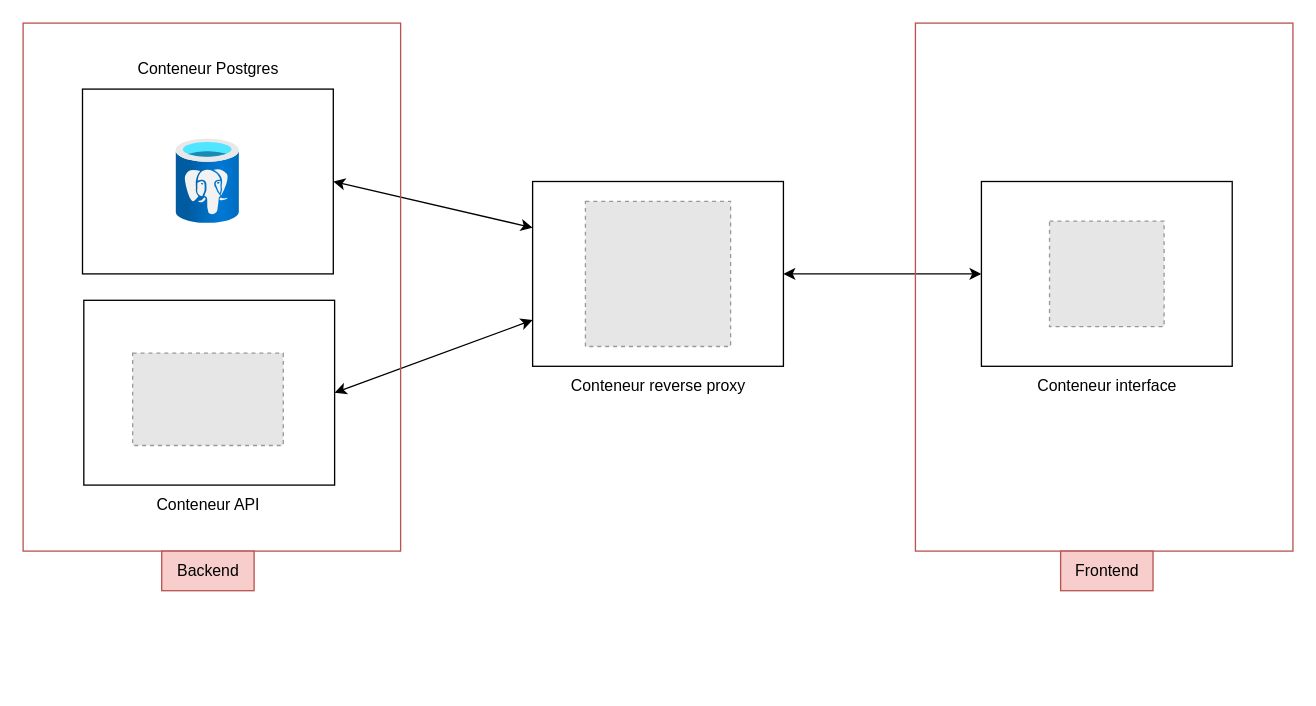
This is docs/infra.drawio from PDG-GR9-Gestion-Decheterie/Gestion-Decheterie-Infra, a draw.io file, before an edit. Source tidied: cells renumbered, new cells numbered last; positions are measured from the earlier drawing's top-left corner, leaving out a move shared by most shapes. Both pictures are drawn from the tidied source at 132%, with x=0, y=0 at pixel (22, 22). Pictures stored in the file or linked from it are replaced by grey dashed boxes.
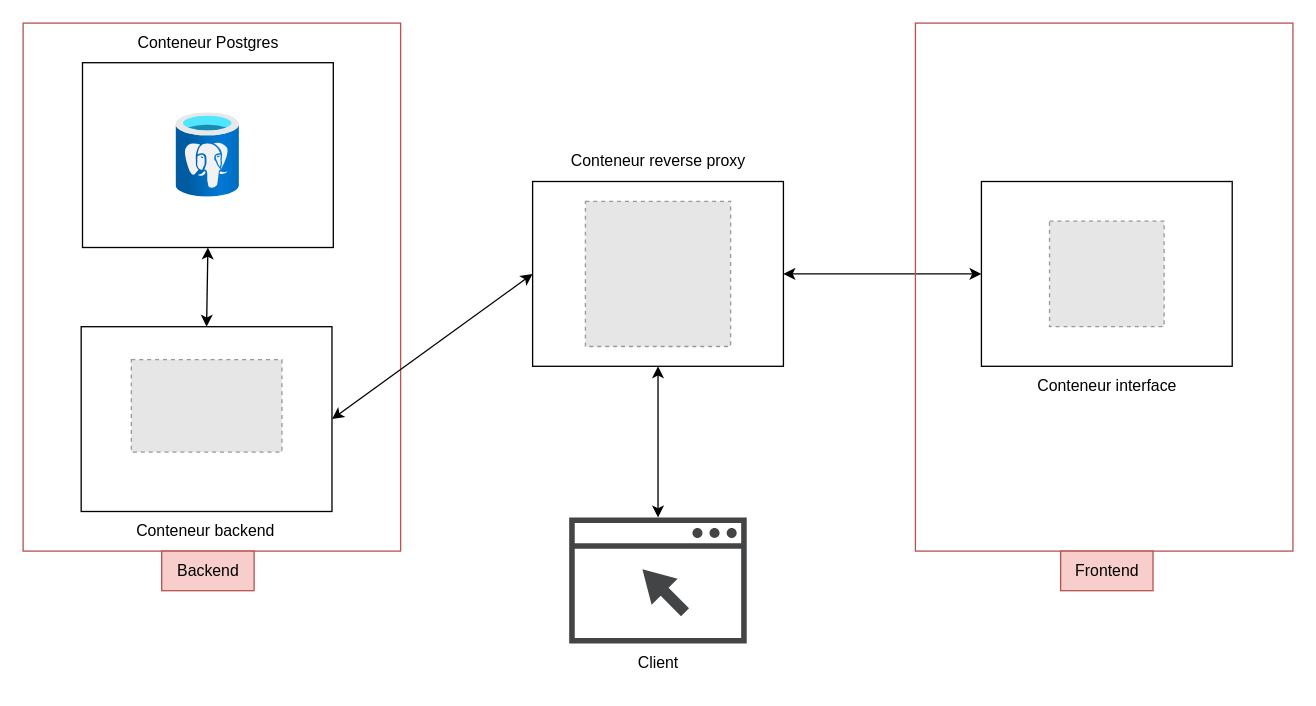
The same page after the edit.

The edit, as a diff of the source:
```diff
@@
+    <mxCell id="11" style="rounded=0;whiteSpace=wrap;html=1;fillColor=none;" parent="1" vertex="1">
+      <mxGeometry x="386" y="120" width="190" height="140" as="geometry" />
+    </mxCell>
+    <mxCell id="17" style="rounded=0;whiteSpace=wrap;html=1;fillColor=none;strokeColor=#b85450;" parent="1" vertex="1">
+      <mxGeometry width="286" height="400" as="geometry" />
+    </mxCell>
+    <mxCell id="7" style="rounded=0;whiteSpace=wrap;html=1;fillColor=none;" parent="1" vertex="1">
+      <mxGeometry x="44" y="230" width="190" height="140" as="geometry" />
+    </mxCell>
+    <mxCell id="9" style="rounded=0;whiteSpace=wrap;html=1;fillColor=none;" parent="1" vertex="1">
+      <mxGeometry x="45" y="30" width="190" height="140" as="geometry" />
+    </mxCell>
     <mxCell id="2" style="image;html=1;align=center;fontSize=12;image=img/lib/azure2/databases/Azure_Database_PostgreSQL_Server.svg;" parent="1" vertex="1">
-      <mxGeometry x="116" y="88" width="48" height="64" as="geometry" />
+      <mxGeometry x="116" y="68" width="48" height="64" as="geometry" />
     </mxCell>
     <mxCell id="3" style="fillColor=#E6E6E6;strokeColor=#999999;dashed=1;verticalLabelPosition=bottom;verticalAlign=top;" parent="1" vertex="1">
-      <mxGeometry x="83" y="250" width="114.1" height="70" as="geometry" />
+      <mxGeometry x="82" y="255" width="114.1" height="70" as="geometry" />
     </mxCell>
@@
-    <mxCell id="6" style="rounded=0;jettySize=auto;html=1;exitX=1;exitY=0.5;exitDx=0;exitDy=0;entryX=0;entryY=0.75;entryDx=0;entryDy=0;startArrow=classic;startFill=1;" parent="1" edge="1" source="7" target="11">
+    <mxCell id="6" style="rounded=0;jettySize=auto;html=1;exitX=1;exitY=0.5;exitDx=0;exitDy=0;entryX=0;entryY=0.5;entryDx=0;entryDy=0;startArrow=classic;startFill=1;" parent="1" edge="1" source="7" target="11">
       <mxGeometry relative="1" as="geometry" />
     </mxCell>
-    <mxCell id="7" style="rounded=0;whiteSpace=wrap;html=1;fillColor=none;" parent="1" vertex="1">
-      <mxGeometry x="46" y="210" width="190" height="140" as="geometry" />
-    </mxCell>
-    <mxCell id="8" style="rounded=0;jettySize=auto;html=1;exitX=1;exitY=0.5;exitDx=0;exitDy=0;entryX=0;entryY=0.25;entryDx=0;entryDy=0;startArrow=classic;startFill=1;" parent="1" edge="1" source="9" target="11">
-      <mxGeometry relative="1" as="geometry" />
-    </mxCell>
-    <mxCell id="9" style="rounded=0;whiteSpace=wrap;html=1;fillColor=none;" parent="1" vertex="1">
-      <mxGeometry x="45" y="50" width="190" height="140" as="geometry" />
-    </mxCell>
+    <mxCell id="21" style="rounded=0;jettySize=auto;html=1;exitX=0.5;exitY=0;exitDx=0;exitDy=0;startArrow=classic;startFill=1;entryX=0.5;entryY=1;entryDx=0;entryDy=0;" parent="1" edge="1" source="7" target="9">
+      <mxGeometry relative="1" as="geometry" />
+    </mxCell>
@@
-    <mxCell id="11" style="rounded=0;whiteSpace=wrap;html=1;fillColor=none;" parent="1" vertex="1">
-      <mxGeometry x="386" y="120" width="190" height="140" as="geometry" />
-    </mxCell>
@@
-    <mxCell id="13" value="Conteneur API" style="text;html=1;align=center;verticalAlign=middle;strokeColor=none;fillColor=none;" parent="1" vertex="1">
-      <mxGeometry x="90" y="350" width="100" height="30" as="geometry" />
+    <mxCell id="13" value="Conteneur backend" style="text;html=1;align=center;verticalAlign=middle;strokeColor=none;fillColor=none;" parent="1" vertex="1">
+      <mxGeometry x="73" y="370" width="130" height="30" as="geometry" />
     </mxCell>
     <mxCell id="14" value="Conteneur Postgres" style="text;html=1;align=center;verticalAlign=middle;strokeColor=none;fillColor=none;" parent="1" vertex="1">
-      <mxGeometry x="75" y="20" width="130" height="30" as="geometry" />
+      <mxGeometry x="75" width="130" height="30" as="geometry" />
     </mxCell>
     <mxCell id="15" value="Conteneur reverse proxy" style="text;html=1;align=center;verticalAlign=middle;strokeColor=none;fillColor=none;" parent="1" vertex="1">
-      <mxGeometry x="401" y="260" width="160" height="30" as="geometry" />
+      <mxGeometry x="401" y="90" width="160" height="30" as="geometry" />
     </mxCell>
@@
-    <mxCell id="17" style="rounded=0;whiteSpace=wrap;html=1;fillColor=none;strokeColor=#b85450;" parent="1" vertex="1">
-      <mxGeometry width="286" height="400" as="geometry" />
-    </mxCell>
@@
+    <mxCell id="22" value="Client" style="text;html=1;align=center;verticalAlign=middle;strokeColor=none;fillColor=none;" parent="1" vertex="1">
+      <mxGeometry x="456" y="470" width="50" height="30" as="geometry" />
+    </mxCell>
+    <mxCell id="23" style="edgeStyle=orthogonalEdgeStyle;rounded=0;jettySize=auto;html=1;entryX=0.5;entryY=1;entryDx=0;entryDy=0;startArrow=classic;startFill=1;" parent="1" edge="1" source="24" target="11">
+      <mxGeometry relative="1" as="geometry" />
+    </mxCell>
+    <mxCell id="24" style="sketch=0;shadow=0;dashed=0;html=1;strokeColor=none;fillColor=#434445;labelPosition=center;verticalLabelPosition=bottom;verticalAlign=top;align=center;outlineConnect=0;shape=mxgraph.vvd.web_browser;" parent="1" vertex="1">
+      <mxGeometry x="413.7" y="374.5" width="134.5" height="95.5" as="geometry" />
+    </mxCell>
```
